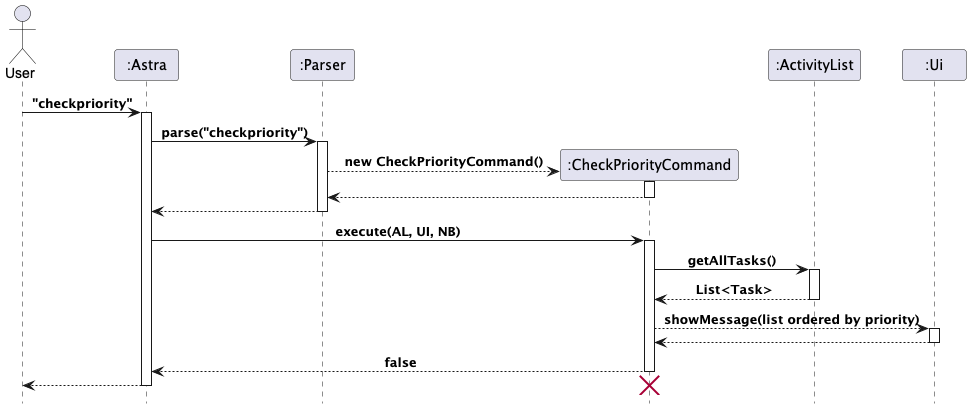
Above: docs/images/checkPriority_sequence.png in Kennahh/tp (PlantUML), before the change.
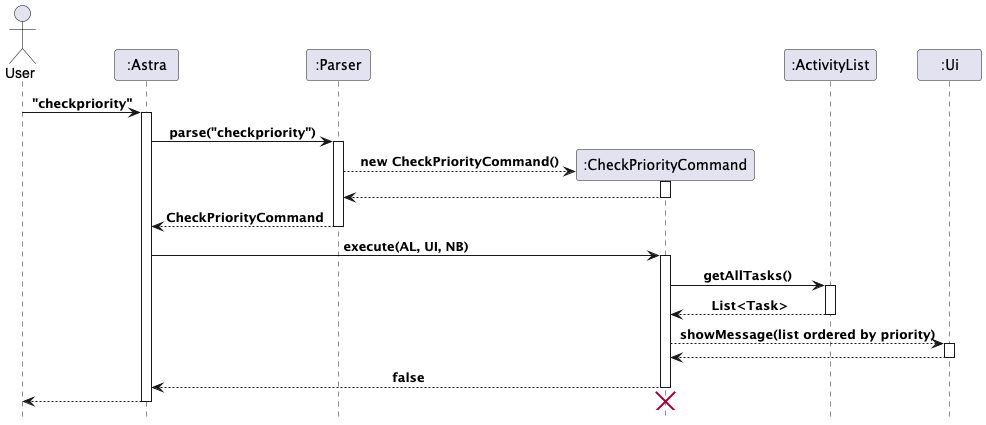
After the change.

What changed in the source:
```diff
@@ -15,7 +15,7 @@
 Parser -->C : new CheckPriorityCommand()
 activate C
 return
-return
+return CheckPriorityCommand
 Astra -> C: execute(AL, UI, NB)
 activate C
 C -> AL: getAllTasks()
```
